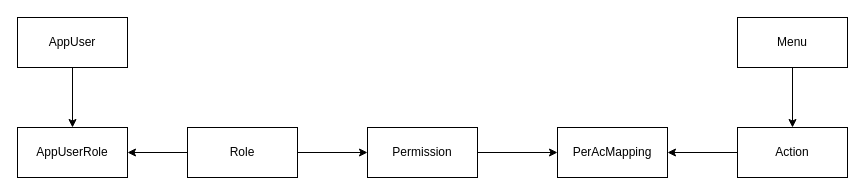
Earlier version of the draw.io diagram Phân quyền.drawio (aoisensei/CleanArchitecture). Source tidied: cells renumbered, new cells numbered last; positions are measured from the earlier drawing's top-left corner, leaving out a move shared by most shapes. Both pictures are drawn from the tidied source at 100%, with x=0, y=0 at pixel (17, 17).
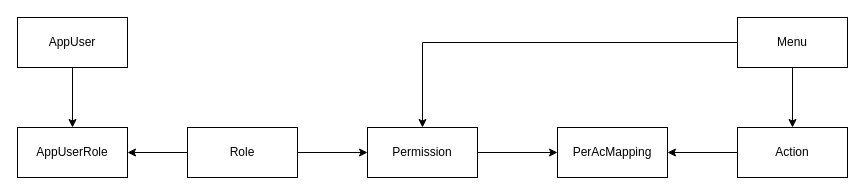
The same page after the edit.

What changed in the source:
```diff
@@
 <mxGraphModel>
   <root>
     <mxCell id="0" />
     <mxCell id="1" parent="0" />
     <mxCell id="2" style="edgeStyle=orthogonalEdgeStyle;rounded=0;jettySize=auto;html=1;entryX=0.5;entryY=0;entryDx=0;entryDy=0;" parent="1" edge="1" source="3" target="4">
       <mxGeometry relative="1" as="geometry" />
     </mxCell>
     <mxCell id="3" value="AppUser" style="html=1;whiteSpace=wrap;" parent="1" vertex="1">
       <mxGeometry width="110" height="50" as="geometry" />
     </mxCell>
     <mxCell id="4" value="AppUserRole" style="html=1;whiteSpace=wrap;" parent="1" vertex="1">
       <mxGeometry y="110" width="110" height="50" as="geometry" />
     </mxCell>
     <mxCell id="5" style="edgeStyle=orthogonalEdgeStyle;rounded=0;jettySize=auto;html=1;entryX=1;entryY=0.5;entryDx=0;entryDy=0;" parent="1" edge="1" source="7" target="4">
       <mxGeometry relative="1" as="geometry" />
     </mxCell>
     <mxCell id="6" style="edgeStyle=orthogonalEdgeStyle;rounded=0;jettySize=auto;html=1;entryX=0;entryY=0.5;entryDx=0;entryDy=0;" parent="1" edge="1" source="7" target="9">
       <mxGeometry relative="1" as="geometry" />
     </mxCell>
     <mxCell id="7" value="Role" style="html=1;whiteSpace=wrap;" parent="1" vertex="1">
       <mxGeometry x="170" y="110" width="110" height="50" as="geometry" />
     </mxCell>
     <mxCell id="8" style="edgeStyle=orthogonalEdgeStyle;rounded=0;jettySize=auto;html=1;entryX=0;entryY=0.5;entryDx=0;entryDy=0;" parent="1" edge="1" source="9" target="14">
       <mxGeometry relative="1" as="geometry" />
     </mxCell>
     <mxCell id="9" value="Permission" style="html=1;whiteSpace=wrap;" parent="1" vertex="1">
       <mxGeometry x="350" y="110" width="110" height="50" as="geometry" />
     </mxCell>
     <mxCell id="10" style="edgeStyle=orthogonalEdgeStyle;rounded=0;jettySize=auto;html=1;" parent="1" edge="1" source="11" target="14">
       <mxGeometry relative="1" as="geometry" />
     </mxCell>
     <mxCell id="11" value="Action" style="html=1;whiteSpace=wrap;" parent="1" vertex="1">
       <mxGeometry x="720" y="110" width="110" height="50" as="geometry" />
     </mxCell>
     <mxCell id="12" style="edgeStyle=orthogonalEdgeStyle;rounded=0;jettySize=auto;html=1;entryX=0.5;entryY=0;entryDx=0;entryDy=0;" parent="1" edge="1" source="13" target="11">
       <mxGeometry relative="1" as="geometry" />
     </mxCell>
+    <mxCell id="15" style="edgeStyle=orthogonalEdgeStyle;rounded=0;jettySize=auto;html=1;entryX=0.5;entryY=0;entryDx=0;entryDy=0;" parent="1" edge="1" source="13" target="9">
+      <mxGeometry relative="1" as="geometry" />
+    </mxCell>
     <mxCell id="13" value="Menu" style="html=1;whiteSpace=wrap;" parent="1" vertex="1">
       <mxGeometry x="720" width="110" height="50" as="geometry" />
     </mxCell>
     <mxCell id="14" value="PerAcMapping" style="html=1;whiteSpace=wrap;" parent="1" vertex="1">
       <mxGeometry x="540" y="110" width="110" height="50" as="geometry" />
     </mxCell>
   </root>
 </mxGraphModel>
```
